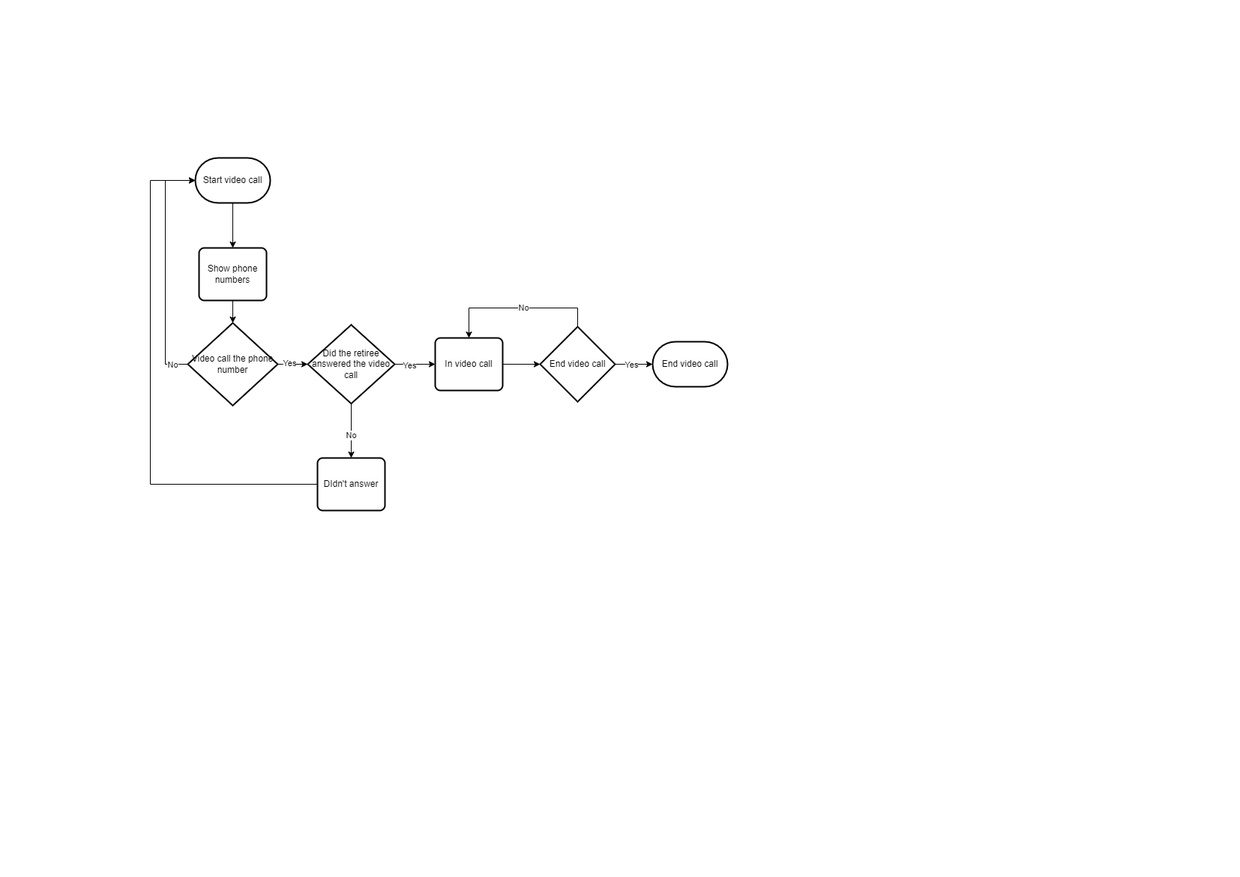
Earlier version of the draw.io export Flowcharts/Flowchart-First solution.drawio.png (TonyJ3/InternshipSemester5). Source tidied: cells renumbered, new cells last; positions are measured from the earlier drawing's top-left corner, leaving out a move shared by most shapes.
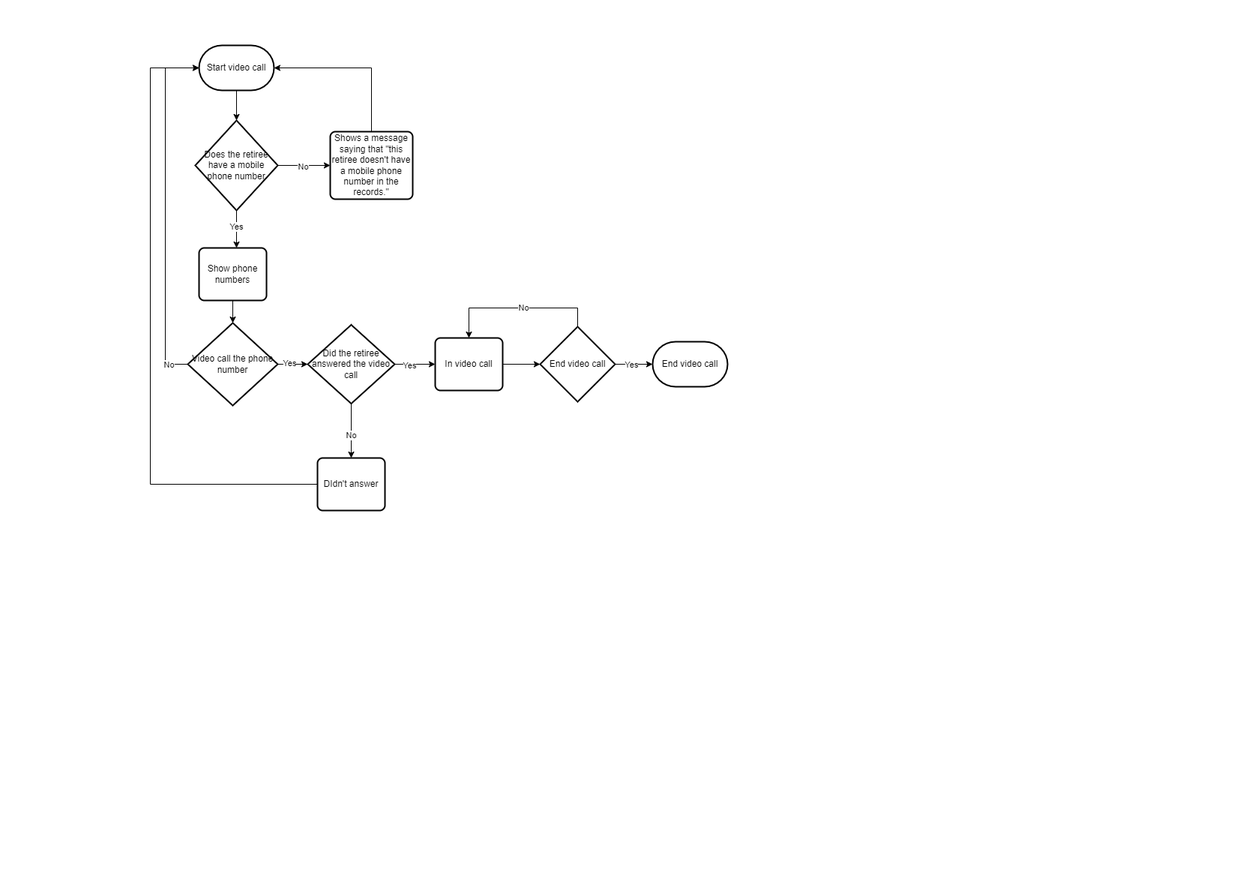
After the commit.

Change to the diagram source:
```diff
@@ -2,11 +2,8 @@
   <root>
     <mxCell id="0" />
     <mxCell id="1" parent="0" />
-    <mxCell id="2" style="edgeStyle=orthogonalEdgeStyle;rounded=0;jettySize=auto;html=1;exitX=0.5;exitY=1;exitDx=0;exitDy=0;exitPerimeter=0;entryX=0.5;entryY=0;entryDx=0;entryDy=0;" parent="1" edge="1" source="3" target="4">
-      <mxGeometry relative="1" as="geometry" />
-    </mxCell>
     <mxCell id="3" value="Start video call" style="strokeWidth=2;html=1;shape=mxgraph.flowchart.terminator;whiteSpace=wrap;" parent="1" vertex="1">
-      <mxGeometry x="60" width="100" height="60" as="geometry" />
+      <mxGeometry x="65" y="-150" width="100" height="60" as="geometry" />
     </mxCell>
     <mxCell id="4" value="Show phone numbers" style="rounded=1;whiteSpace=wrap;html=1;absoluteArcSize=1;arcSize=14;strokeWidth=2;" parent="1" vertex="1">
       <mxGeometry x="65" y="120" width="90" height="70" as="geometry" />
@@ -74,7 +71,7 @@
       <mxGeometry relative="1" as="geometry">
         <Array as="points">
           <mxPoint x="20" y="275" />
-          <mxPoint x="20" y="30" />
+          <mxPoint x="20" y="-120" />
         </Array>
       </mxGeometry>
     </mxCell>
@@ -87,9 +84,35 @@
       <mxGeometry relative="1" as="geometry">
         <Array as="points">
           <mxPoint y="435" />
-          <mxPoint y="30" />
+          <mxPoint y="-120" />
         </Array>
       </mxGeometry>
     </mxCell>
+    <mxCell id="26" style="edgeStyle=orthogonalEdgeStyle;rounded=0;jettySize=auto;html=1;exitX=1;exitY=0.5;exitDx=0;exitDy=0;exitPerimeter=0;" parent="1" edge="1" source="28" target="32">
+      <mxGeometry relative="1" as="geometry" />
+    </mxCell>
+    <mxCell id="27" value="No" style="edgeLabel;html=1;align=center;verticalAlign=middle;" parent="26" vertex="1">
+      <mxGeometry x="-0.06" y="-1" relative="1" as="geometry" />
+    </mxCell>
+    <mxCell id="28" value="Does the retiree have a mobile phone number" style="strokeWidth=2;html=1;shape=mxgraph.flowchart.decision;whiteSpace=wrap;" parent="1" vertex="1">
+      <mxGeometry x="60" y="-50" width="110" height="120" as="geometry" />
+    </mxCell>
+    <mxCell id="29" style="edgeStyle=orthogonalEdgeStyle;rounded=0;jettySize=auto;html=1;exitX=0.5;exitY=1;exitDx=0;exitDy=0;exitPerimeter=0;entryX=0.5;entryY=0;entryDx=0;entryDy=0;entryPerimeter=0;" parent="1" edge="1" source="3" target="28">
+      <mxGeometry relative="1" as="geometry" />
+    </mxCell>
+    <mxCell id="30" style="edgeStyle=orthogonalEdgeStyle;rounded=0;jettySize=auto;html=1;exitX=0.5;exitY=1;exitDx=0;exitDy=0;exitPerimeter=0;" parent="1" edge="1" source="28">
+      <mxGeometry relative="1" as="geometry">
+        <mxPoint x="115" y="120" as="targetPoint" />
+      </mxGeometry>
+    </mxCell>
+    <mxCell id="31" value="Yes" style="edgeLabel;html=1;align=center;verticalAlign=middle;" parent="30" vertex="1">
+      <mxGeometry x="-0.18" y="-1" relative="1" as="geometry" />
+    </mxCell>
+    <mxCell id="32" value="Shows a message saying that &quot;this retiree doesn't have a mobile phone number in the records.&quot;" style="rounded=1;whiteSpace=wrap;html=1;absoluteArcSize=1;arcSize=14;strokeWidth=2;" parent="1" vertex="1">
+      <mxGeometry x="240" y="-35" width="110" height="90" as="geometry" />
+    </mxCell>
+    <mxCell id="33" style="edgeStyle=orthogonalEdgeStyle;rounded=0;jettySize=auto;html=1;exitX=0.5;exitY=0;exitDx=0;exitDy=0;entryX=1;entryY=0.5;entryDx=0;entryDy=0;entryPerimeter=0;" parent="1" edge="1" source="32" target="3">
+      <mxGeometry relative="1" as="geometry" />
+    </mxCell>
   </root>
 </mxGraphModel>
```
